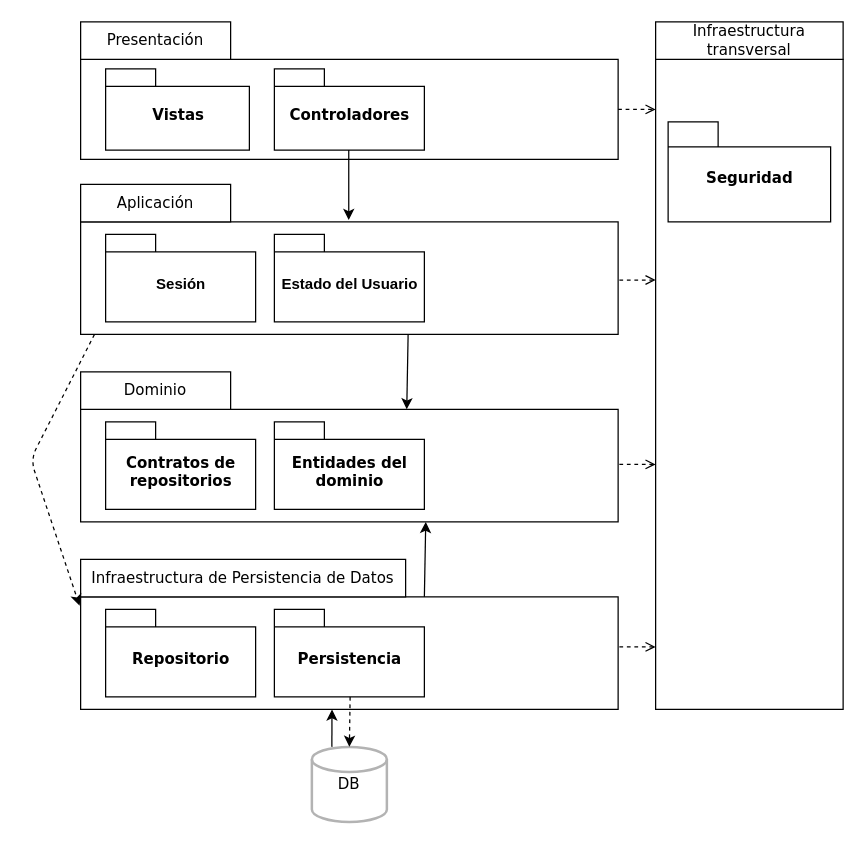
Above: vistas fisica y logica.drawio in Tincho-dev/IniciarOrdenDeProduccion (draw.io), before the change. Source tidied: cells renumbered, new cells numbered last; positions are measured from the earlier drawing's top-left corner, leaving out a move shared by most shapes. Both pictures are drawn from the tidied source at 125%, with x=0, y=0 at pixel (30, 21).
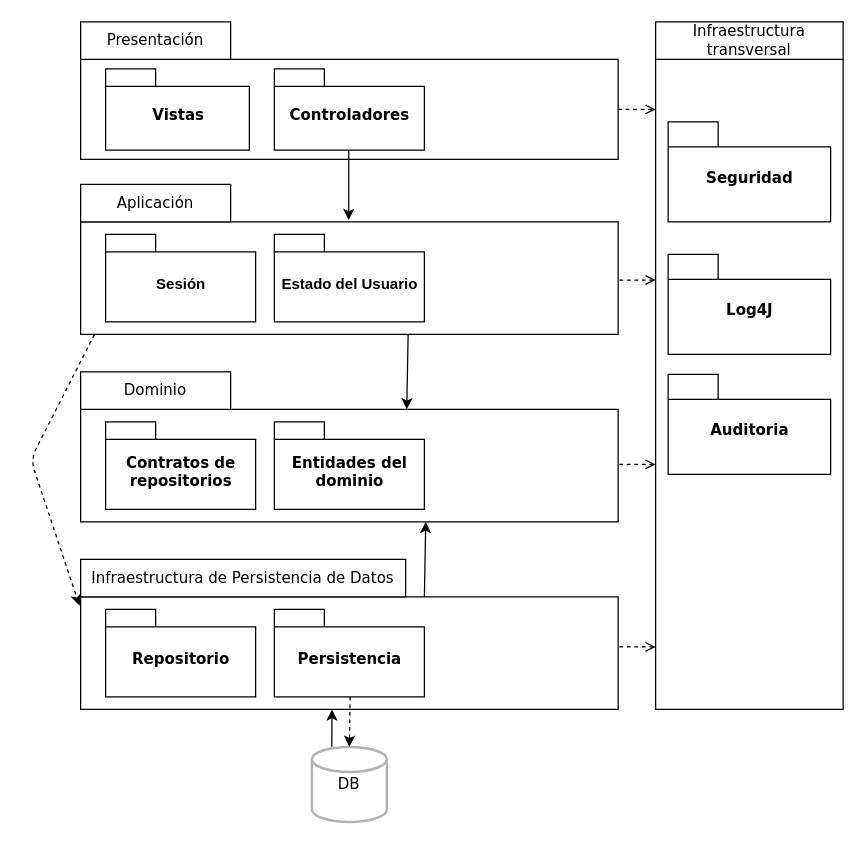
Above is the later version.

The edit, as a diff of the source:
```diff
@@
+    <mxCell id="32" value="&lt;font style=&quot;font-size: 12px&quot; face=&quot;Verdana&quot;&gt;Log4J&lt;br&gt;&lt;/font&gt;" style="shape=folder;fontStyle=1;spacingTop=10;tabWidth=40;tabHeight=20;tabPosition=left;html=1;" parent="1" vertex="1">
+      <mxGeometry x="510" y="186" width="130" height="80" as="geometry" />
+    </mxCell>
+    <mxCell id="33" value="&lt;font style=&quot;font-size: 12px&quot; face=&quot;Verdana&quot;&gt;Auditoria&lt;/font&gt;" style="shape=folder;fontStyle=1;spacingTop=10;tabWidth=40;tabHeight=20;tabPosition=left;html=1;" parent="1" vertex="1">
+      <mxGeometry x="510" y="282" width="130" height="80" as="geometry" />
+    </mxCell>
```
